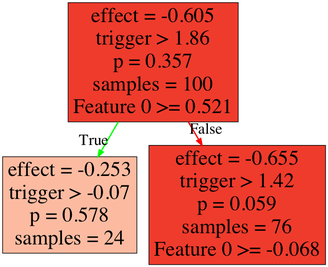
Earlier version of the Graphviz export tree.png (edgeslab/CTL). Its source is kept beside it as tree.dot. The source it was exported from:
```dot
digraph Tree {
node [shape=box, fontsize=32] ;
edge [fontsize=24] ;
0 [label="effect = -0.605\ntrigger > 1.86\np = 0.357\nsamples = 100\nFeature 0 >= 0.521\n", style=filled, fillcolor="/reds9/6"] ;
0 -> 1 [labeldistance=2.5, labelangle=45, headlabel="True", color=green, penwidth=2] ;
1 [label="effect = -0.253\ntrigger > -0.07\np = 0.578\nsamples = 24", style=filled, fillcolor="/reds9/3"] ;
0 -> 2 [labeldistance=2.5, labelangle=-45, headlabel="False", color=red, penwidth=2] ;
2 [label="effect = -0.655\ntrigger > 1.42\np = 0.059\nsamples = 76\nFeature 0 >= -0.068\n", style=filled, fillcolor="/reds9/6"] ;
}
```
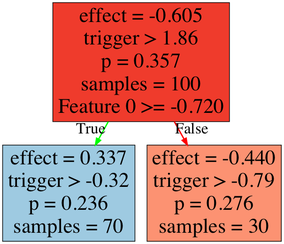
Later version of the same file.

Diff of the diagram source:
```diff
@@ -1,9 +1,9 @@
 digraph Tree {
 node [shape=box, fontsize=32] ;
 edge [fontsize=24] ;
-0 [label="effect = -0.605\ntrigger > 1.86\np = 0.357\nsamples = 100\nFeature 0 >= 0.521\n", style=filled, fillcolor="/reds9/6"] ;
+0 [label="effect = -0.605\ntrigger > 1.86\np = 0.357\nsamples = 100\nFeature 0 >= -0.720\n", style=filled, fillcolor="/reds9/6"] ;
 0 -> 1 [labeldistance=2.5, labelangle=45, headlabel="True", color=green, penwidth=2] ;
-1 [label="effect = -0.253\ntrigger > -0.07\np = 0.578\nsamples = 24", style=filled, fillcolor="/reds9/3"] ;
+1 [label="effect = 0.337\ntrigger > -0.32\np = 0.236\nsamples = 70", style=filled, fillcolor="/blues9/4"] ;
 0 -> 2 [labeldistance=2.5, labelangle=-45, headlabel="False", color=red, penwidth=2] ;
-2 [label="effect = -0.655\ntrigger > 1.42\np = 0.059\nsamples = 76\nFeature 0 >= -0.068\n", style=filled, fillcolor="/reds9/6"] ;
+2 [label="effect = -0.440\ntrigger > -0.79\np = 0.276\nsamples = 30", style=filled, fillcolor="/reds9/4"] ;
 }
```
